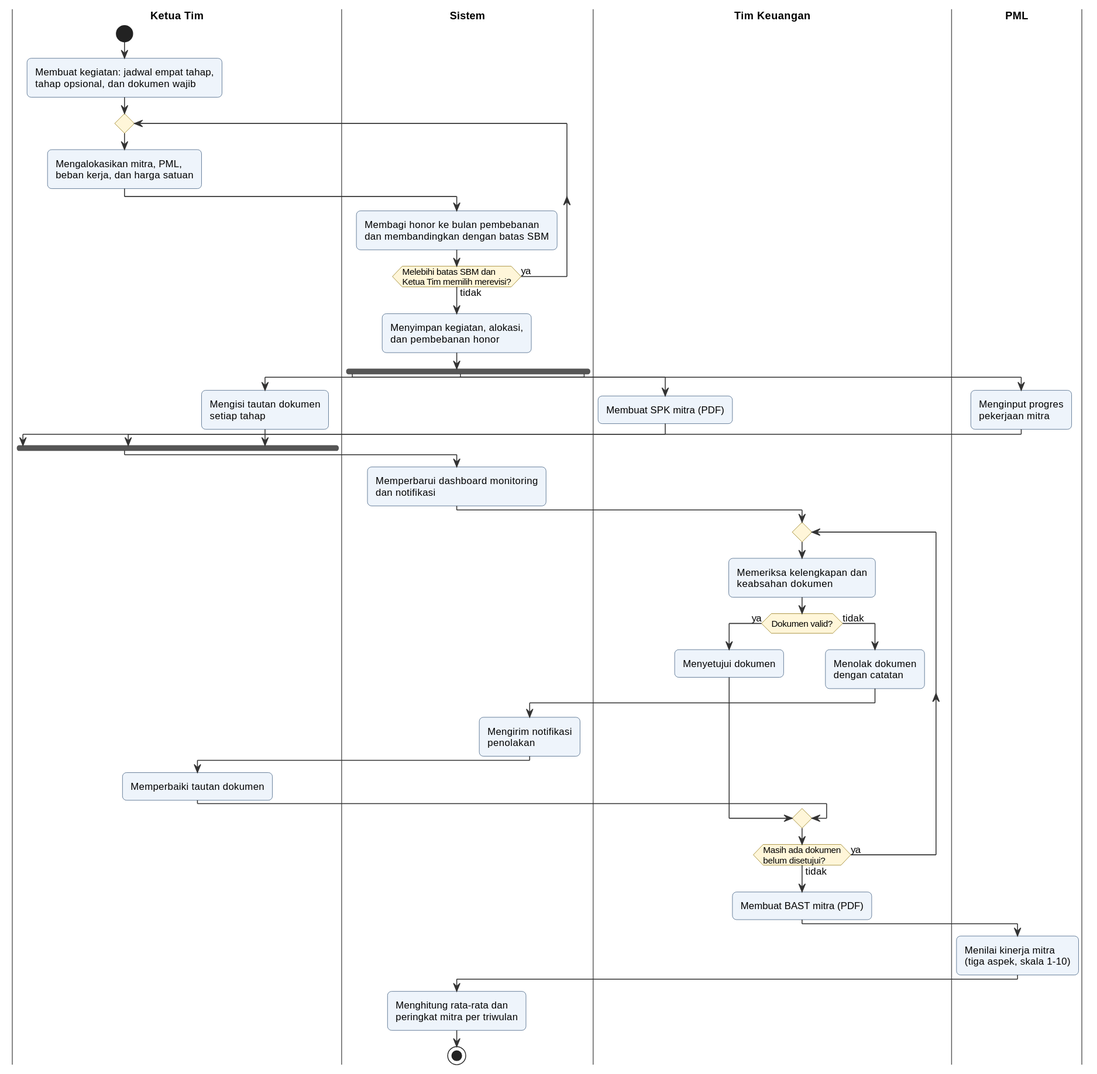
Before: docs/diagram/out/activity-proses-usulan.svg, a diagram exported from PlantUML (kharis5870/Kharisma). Its diagram source:
```plantuml
@startuml
!include _gaya.iuml

|Ketua Tim|
start
:Membuat kegiatan: jadwal empat tahap,
tahap opsional, dan dokumen wajib;

repeat
  |Ketua Tim|
  :Mengalokasikan mitra, PML,
  beban kerja, dan harga satuan;
  |Sistem|
  :Membagi honor ke bulan pembebanan
  dan membandingkan dengan batas SBM;
repeat while (Melebihi batas SBM dan\nKetua Tim memilih merevisi?) is (ya) not (tidak)

|Sistem|
:Menyimpan kegiatan, alokasi,
dan pembebanan honor;

fork
  |Tim Keuangan|
  :Membuat SPK mitra (PDF);
fork again
  |PML|
  :Menginput progres
  pekerjaan mitra;
fork again
  |Ketua Tim|
  :Mengisi tautan dokumen
  setiap tahap;
end fork

|Sistem|
:Memperbarui dashboard monitoring
dan notifikasi;

|Tim Keuangan|
repeat
  :Memeriksa kelengkapan dan
  keabsahan dokumen;
  if (Dokumen valid?) then (ya)
    :Menyetujui dokumen;
  else (tidak)
    :Menolak dokumen
    dengan catatan;
    |Sistem|
    :Mengirim notifikasi
    penolakan;
    |Ketua Tim|
    :Memperbaiki tautan dokumen;
  endif
  |Tim Keuangan|
repeat while (Masih ada dokumen\nbelum disetujui?) is (ya) not (tidak)

:Membuat BAST mitra (PDF);

|PML|
:Menilai kinerja mitra
(tiga aspek, skala 1-10);

|Sistem|
:Menghitung rata-rata dan
peringkat mitra per triwulan;
stop
@enduml
```
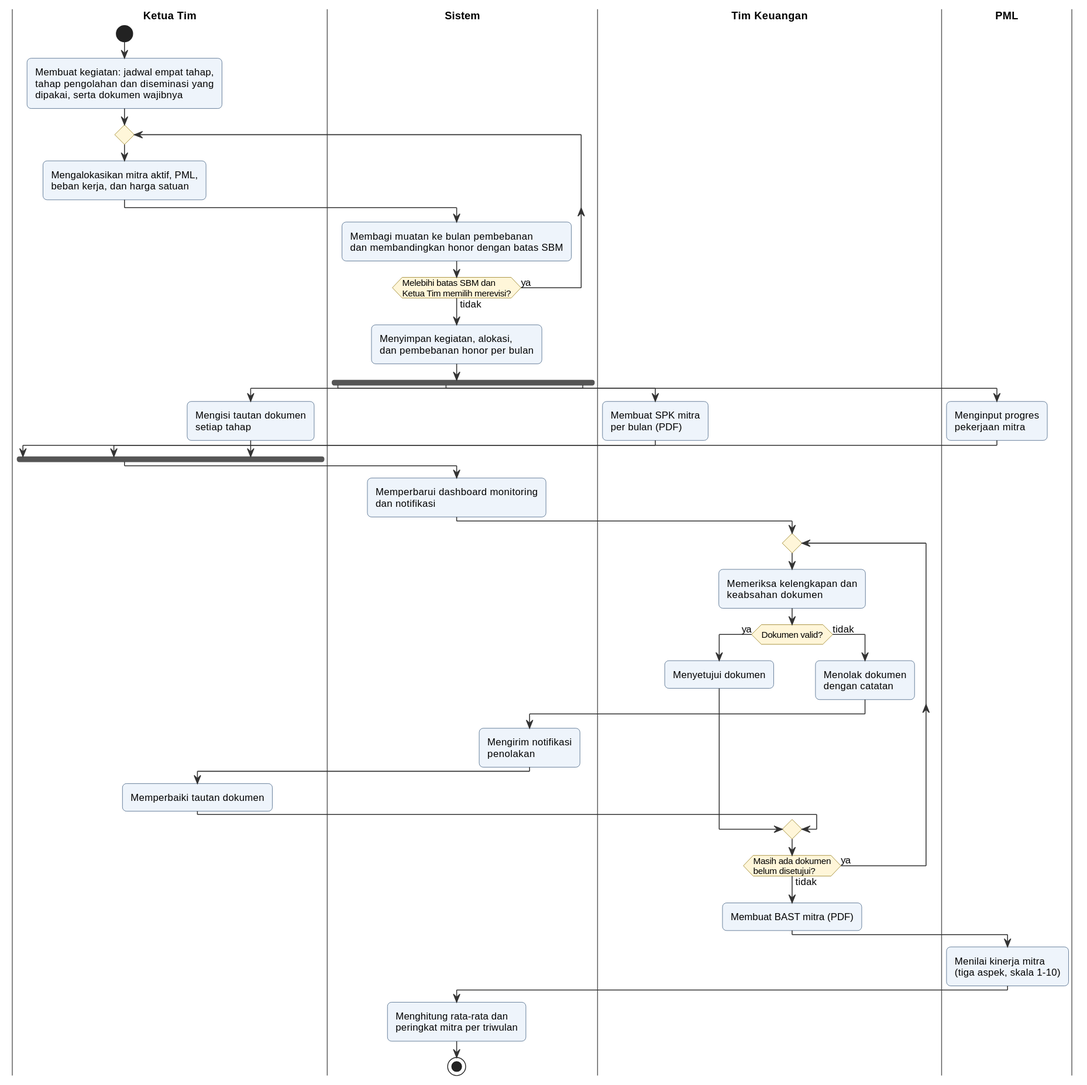
Later version of the same file.

What changed in the source:
```diff
@@ -4,24 +4,26 @@
 |Ketua Tim|
 start
 :Membuat kegiatan: jadwal empat tahap,
-tahap opsional, dan dokumen wajib;
+tahap pengolahan dan diseminasi yang
+dipakai, serta dokumen wajibnya;
 
 repeat
   |Ketua Tim|
-  :Mengalokasikan mitra, PML,
+  :Mengalokasikan mitra aktif, PML,
   beban kerja, dan harga satuan;
   |Sistem|
-  :Membagi honor ke bulan pembebanan
-  dan membandingkan dengan batas SBM;
+  :Membagi muatan ke bulan pembebanan
+  dan membandingkan honor dengan batas SBM;
 repeat while (Melebihi batas SBM dan\nKetua Tim memilih merevisi?) is (ya) not (tidak)
 
 |Sistem|
 :Menyimpan kegiatan, alokasi,
-dan pembebanan honor;
+dan pembebanan honor per bulan;
 
 fork
   |Tim Keuangan|
-  :Membuat SPK mitra (PDF);
+  :Membuat SPK mitra
+  per bulan (PDF);
 fork again
   |PML|
   :Menginput progres
```
